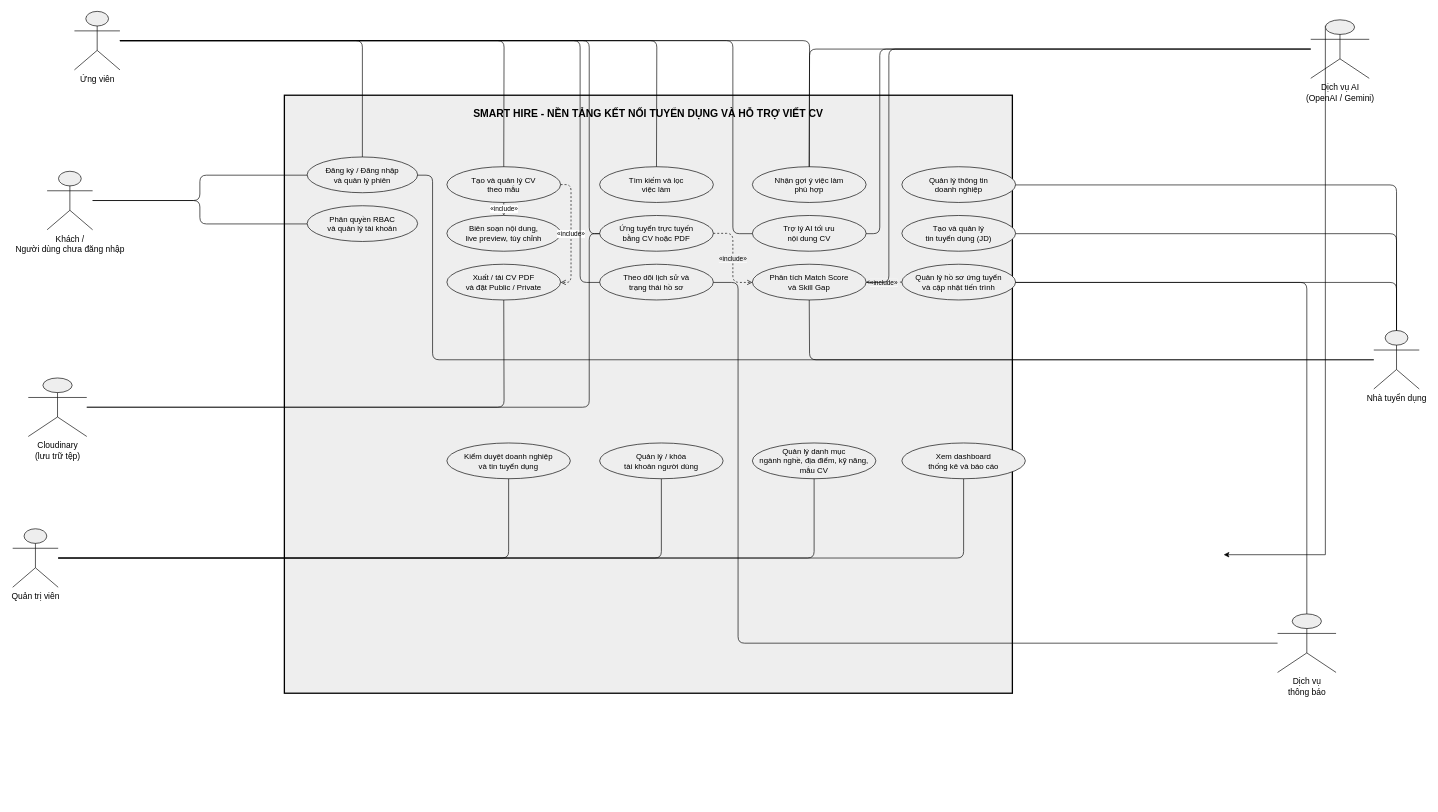
Earlier version of the draw.io diagram diagrams/usecase.drawio (SE-Project-CTU/smart-recruitment-docs). Source tidied: cells renumbered, new cells numbered last; positions are measured from the earlier drawing's top-left corner, leaving out a move shared by most shapes. Both pictures are drawn from the tidied source at 65%, with x=0, y=0 at pixel (12, 11).
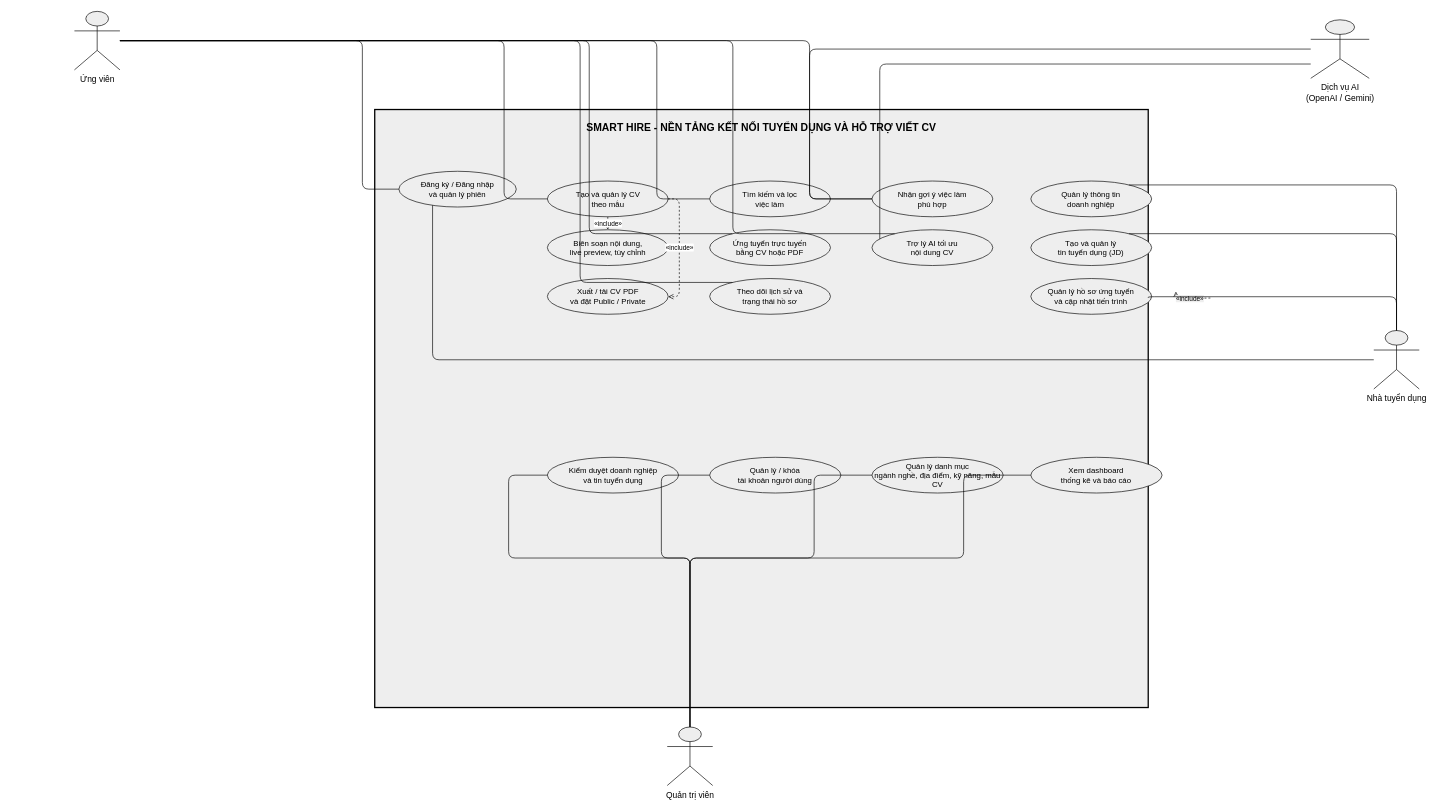
Above is the later version.

Commit message:
Adjust the usecase.drawio format

Unchanged cells that the change refers to:
```xml
<mxCell id="27" value="Nhà tuyển dụng" style="shape=umlActor;verticalLabelPosition=bottom;verticalAlign=top;html=1;fontSize=13;fillColor=#eeeeee;strokeColor=light-dark(#000000,#000000);fontColor=light-dark(#000000,#000000);" parent="1" vertex="1">
  <mxGeometry x="2094" y="491" width="70" height="90" as="geometry" />
</mxCell>
<mxCell id="30" value="Dịch vụ AI&#10;(OpenAI / Gemini)" style="shape=umlActor;verticalLabelPosition=bottom;verticalAlign=top;html=1;fontSize=13;fillColor=#eeeeee;strokeColor=light-dark(#000000,#000000);fontColor=light-dark(#000000,#000000);" parent="1" vertex="1">
  <mxGeometry x="1997" y="13" width="90" height="90" as="geometry" />
</mxCell>
```

What changed in the source:
```diff
@@
     <mxCell id="2" value="SMART HIRE - NỀN TẢNG KẾT NỐI TUYỂN DỤNG VÀ HỖ TRỢ VIẾT CV" style="rounded=0;whiteSpace=wrap;html=1;strokeWidth=2;fontStyle=1;fontSize=16;verticalAlign=top;spacingTop=12;fillColor=light-dark(#EEEEEE,#FFFFFF);strokeColor=light-dark(#000000,#000000);fontColor=light-dark(#000000,#000000);" parent="1" vertex="1">
-      <mxGeometry x="418" y="129" width="1120" height="920" as="geometry" />
+      <mxGeometry x="557" y="151" width="1190" height="920" as="geometry" />
     </mxCell>
     <mxCell id="3" value="Đăng ký / Đăng nhập&#10;và quản lý phiên" style="ellipse;whiteSpace=wrap;html=1;fontSize=12;fillColor=light-dark(#EEEEEE,#FFFFFF);strokeColor=light-dark(#000000,#000000);fontColor=light-dark(#000000,#000000);" parent="2" vertex="1">
-      <mxGeometry x="35" y="95" width="170" height="55" as="geometry" />
+      <mxGeometry x="37.2" y="95" width="180.6" height="55" as="geometry" />
     </mxCell>
-    <mxCell id="4" value="Phân quyền RBAC&#10;và quản lý tài khoản" style="ellipse;whiteSpace=wrap;html=1;fontSize=12;fillColor=light-dark(#EEEEEE,#FFFFFF);strokeColor=light-dark(#000000,#000000);fontColor=light-dark(#000000,#000000);" parent="2" vertex="1">
-      <mxGeometry x="35" y="170" width="170" height="55" as="geometry" />
-    </mxCell>
     <mxCell id="5" value="Tạo và quản lý CV&#10;theo mẫu" style="ellipse;whiteSpace=wrap;html=1;fontSize=12;fillColor=light-dark(#EEEEEE,#FFFFFF);strokeColor=light-dark(#000000,#000000);fontColor=light-dark(#000000,#000000);" parent="2" vertex="1">
-      <mxGeometry x="250" y="110" width="175" height="55" as="geometry" />
+      <mxGeometry x="265.6" y="110" width="185.9" height="55" as="geometry" />
     </mxCell>
     <mxCell id="6" value="Biên soạn nội dung,&#10;live preview, tùy chỉnh" style="ellipse;whiteSpace=wrap;html=1;fontSize=12;fillColor=light-dark(#EEEEEE,#FFFFFF);strokeColor=light-dark(#000000,#000000);fontColor=light-dark(#000000,#000000);" parent="2" vertex="1">
-      <mxGeometry x="250" y="185" width="175" height="55" as="geometry" />
+      <mxGeometry x="265.6" y="185" width="185.9" height="55" as="geometry" />
     </mxCell>
     <mxCell id="7" value="Xuất / tải CV PDF&#10;và đặt Public / Private" style="ellipse;whiteSpace=wrap;html=1;fontSize=12;fillColor=light-dark(#EEEEEE,#FFFFFF);strokeColor=light-dark(#000000,#000000);fontColor=light-dark(#000000,#000000);" parent="2" vertex="1">
-      <mxGeometry x="250" y="260" width="175" height="55" as="geometry" />
+      <mxGeometry x="265.6" y="260" width="185.9" height="55" as="geometry" />
     </mxCell>
     <mxCell id="8" value="Tìm kiếm và lọc&#10;việc làm" style="ellipse;whiteSpace=wrap;html=1;fontSize=12;fillColor=light-dark(#EEEEEE,#FFFFFF);strokeColor=light-dark(#000000,#000000);fontColor=light-dark(#000000,#000000);" parent="2" vertex="1">
-      <mxGeometry x="485" y="110" width="175" height="55" as="geometry" />
+      <mxGeometry x="515.3" y="110" width="185.9" height="55" as="geometry" />
     </mxCell>
     <mxCell id="9" value="Ứng tuyển trực tuyến&#10;bằng CV hoặc PDF" style="ellipse;whiteSpace=wrap;html=1;fontSize=12;fillColor=light-dark(#EEEEEE,#FFFFFF);strokeColor=light-dark(#000000,#000000);fontColor=light-dark(#000000,#000000);" parent="2" vertex="1">
-      <mxGeometry x="485" y="185" width="175" height="55" as="geometry" />
+      <mxGeometry x="515.3" y="185" width="185.9" height="55" as="geometry" />
     </mxCell>
     <mxCell id="10" value="Theo dõi lịch sử và&#10;trạng thái hồ sơ" style="ellipse;whiteSpace=wrap;html=1;fontSize=12;fillColor=light-dark(#EEEEEE,#FFFFFF);strokeColor=light-dark(#000000,#000000);fontColor=light-dark(#000000,#000000);" parent="2" vertex="1">
-      <mxGeometry x="485" y="260" width="175" height="55" as="geometry" />
+      <mxGeometry x="515.3" y="260" width="185.9" height="55" as="geometry" />
     </mxCell>
     <mxCell id="11" value="Nhận gợi ý việc làm&#10;phù hợp" style="ellipse;whiteSpace=wrap;html=1;fontSize=12;fillColor=light-dark(#EEEEEE,#FFFFFF);strokeColor=light-dark(#000000,#000000);fontColor=light-dark(#000000,#000000);" parent="2" vertex="1">
-      <mxGeometry x="720" y="110" width="175" height="55" as="geometry" />
+      <mxGeometry x="765" y="110" width="185.9" height="55" as="geometry" />
     </mxCell>
     <mxCell id="12" value="Trợ lý AI tối ưu&#10;nội dung CV" style="ellipse;whiteSpace=wrap;html=1;fontSize=12;fillColor=light-dark(#EEEEEE,#FFFFFF);strokeColor=light-dark(#000000,#000000);fontColor=light-dark(#000000,#000000);" parent="2" vertex="1">
-      <mxGeometry x="720" y="185" width="175" height="55" as="geometry" />
+      <mxGeometry x="765" y="185" width="185.9" height="55" as="geometry" />
     </mxCell>
-    <mxCell id="13" value="Phân tích Match Score&#10;và Skill Gap" style="ellipse;whiteSpace=wrap;html=1;fontSize=12;fillColor=light-dark(#EEEEEE,#FFFFFF);strokeColor=light-dark(#000000,#000000);fontColor=light-dark(#000000,#000000);" parent="2" vertex="1">
-      <mxGeometry x="720" y="260" width="175" height="55" as="geometry" />
-    </mxCell>
     <mxCell id="14" value="Quản lý thông tin&#10;doanh nghiệp" style="ellipse;whiteSpace=wrap;html=1;fontSize=12;fillColor=light-dark(#EEEEEE,#FFFFFF);strokeColor=light-dark(#000000,#000000);fontColor=light-dark(#000000,#000000);" parent="2" vertex="1">
-      <mxGeometry x="950" y="110" width="175" height="55" as="geometry" />
+      <mxGeometry x="1009.4" y="110" width="185.9" height="55" as="geometry" />
     </mxCell>
     <mxCell id="15" value="Tạo và quản lý&#10;tin tuyển dụng (JD)" style="ellipse;whiteSpace=wrap;html=1;fontSize=12;fillColor=light-dark(#EEEEEE,#FFFFFF);strokeColor=light-dark(#000000,#000000);fontColor=light-dark(#000000,#000000);" parent="2" vertex="1">
-      <mxGeometry x="950" y="185" width="175" height="55" as="geometry" />
+      <mxGeometry x="1009.4" y="185" width="185.9" height="55" as="geometry" />
     </mxCell>
     <mxCell id="16" value="Quản lý hồ sơ ứng tuyển&#10;và cập nhật tiến trình" style="ellipse;whiteSpace=wrap;html=1;fontSize=12;fillColor=light-dark(#EEEEEE,#FFFFFF);strokeColor=light-dark(#000000,#000000);fontColor=light-dark(#000000,#000000);" parent="2" vertex="1">
-      <mxGeometry x="950" y="260" width="175" height="55" as="geometry" />
+      <mxGeometry x="1009.4" y="260" width="185.9" height="55" as="geometry" />
     </mxCell>
     <mxCell id="17" value="Kiểm duyệt doanh nghiệp&#10;và tin tuyển dụng" style="ellipse;whiteSpace=wrap;html=1;fontSize=12;fillColor=light-dark(#EEEEEE,#FFFFFF);strokeColor=light-dark(#000000,#000000);fontColor=light-dark(#000000,#000000);" parent="2" vertex="1">
-      <mxGeometry x="250" y="535" width="190" height="55" as="geometry" />
+      <mxGeometry x="265.6" y="535" width="201.9" height="55" as="geometry" />
     </mxCell>
     <mxCell id="18" value="Quản lý / khóa&#10;tài khoản người dùng" style="ellipse;whiteSpace=wrap;html=1;fontSize=12;fillColor=light-dark(#EEEEEE,#FFFFFF);strokeColor=light-dark(#000000,#000000);fontColor=light-dark(#000000,#000000);" parent="2" vertex="1">
-      <mxGeometry x="485" y="535" width="190" height="55" as="geometry" />
+      <mxGeometry x="515.3" y="535" width="201.9" height="55" as="geometry" />
     </mxCell>
     <mxCell id="19" value="Quản lý danh mục&#10;ngành nghề, địa điểm, kỹ năng, mẫu CV" style="ellipse;whiteSpace=wrap;html=1;fontSize=12;fillColor=light-dark(#EEEEEE,#FFFFFF);strokeColor=light-dark(#000000,#000000);fontColor=light-dark(#000000,#000000);" parent="2" vertex="1">
-      <mxGeometry x="720" y="535" width="190" height="55" as="geometry" />
+      <mxGeometry x="765" y="535" width="201.9" height="55" as="geometry" />
     </mxCell>
     <mxCell id="20" value="Xem dashboard&#10;thống kê và báo cáo" style="ellipse;whiteSpace=wrap;html=1;fontSize=12;fillColor=light-dark(#EEEEEE,#FFFFFF);strokeColor=light-dark(#000000,#000000);fontColor=light-dark(#000000,#000000);" parent="2" vertex="1">
-      <mxGeometry x="950" y="535" width="190" height="55" as="geometry" />
+      <mxGeometry x="1009.4" y="535" width="201.9" height="55" as="geometry" />
     </mxCell>
@@
     <mxCell id="22" value="&lt;span style=&quot;background-color: light-dark(rgb(255, 255, 255), rgb(255, 255, 255));&quot;&gt;«include»&lt;/span&gt;" style="dashed=1;endArrow=open;html=1;fontSize=10;edgeStyle=orthogonalEdgeStyle;fillColor=#eeeeee;strokeColor=light-dark(#000000,#000000);fontColor=light-dark(#000000,#000000);elbow=vertical;libavoidRouting=1;" parent="2" edge="1" source="5" target="7">
       <mxGeometry relative="1" as="geometry">
         <Array as="points">
-          <mxPoint x="441" y="138" />
-          <mxPoint x="441" y="288" />
+          <mxPoint x="468.6" y="138" />
+          <mxPoint x="468.6" y="288" />
         </Array>
       </mxGeometry>
     </mxCell>
-    <mxCell id="23" value="&lt;span style=&quot;background-color: light-dark(rgb(238, 238, 238), rgb(255, 255, 255));&quot;&gt;«include»&lt;/span&gt;" style="dashed=1;endArrow=open;html=1;fontSize=10;edgeStyle=orthogonalEdgeStyle;fillColor=#eeeeee;strokeColor=light-dark(#000000,#000000);fontColor=light-dark(#000000,#000000);elbow=vertical;libavoidRouting=1;" parent="2" edge="1" source="9" target="13">
-      <mxGeometry relative="1" as="geometry">
-        <Array as="points">
-          <mxPoint x="690" y="213" />
-          <mxPoint x="690" y="288" />
-        </Array>
-      </mxGeometry>
-    </mxCell>
-    <mxCell id="24" value="&lt;span style=&quot;background-color: light-dark(rgb(238, 238, 238), rgb(255, 255, 255));&quot;&gt;«include»&lt;/span&gt;" style="dashed=1;endArrow=open;html=1;fontSize=10;edgeStyle=orthogonalEdgeStyle;fillColor=#eeeeee;strokeColor=light-dark(#000000,#000000);fontColor=light-dark(#000000,#000000);elbow=vertical;libavoidRouting=1;" parent="2" edge="1" source="16" target="13">
-      <mxGeometry relative="1" as="geometry" />
+    <mxCell id="24" value="&lt;span style=&quot;background-color: light-dark(rgb(238, 238, 238), rgb(255, 255, 255));&quot;&gt;«include»&lt;/span&gt;" style="dashed=1;endArrow=open;html=1;fontSize=10;edgeStyle=orthogonalEdgeStyle;fillColor=#eeeeee;strokeColor=light-dark(#000000,#000000);fontColor=light-dark(#000000,#000000);elbow=vertical;libavoidRouting=1;" parent="2" edge="1">
+      <mxGeometry relative="1" as="geometry">
+        <mxPoint x="1285.6" y="290" as="sourcePoint" />
+        <mxPoint x="1232.5" y="280" as="targetPoint" />
+      </mxGeometry>
     </mxCell>
-    <mxCell id="25" value="Khách /&#10;Người dùng chưa đăng nhập" style="shape=umlActor;verticalLabelPosition=bottom;verticalAlign=top;html=1;fontSize=13;fillColor=#eeeeee;strokeColor=light-dark(#000000,#000000);fontColor=light-dark(#000000,#000000);" parent="1" vertex="1">
-      <mxGeometry x="53" y="246" width="70" height="90" as="geometry" />
-    </mxCell>
@@
     <mxCell id="28" value="Quản trị viên" style="shape=umlActor;verticalLabelPosition=bottom;verticalAlign=top;html=1;fontSize=13;fillColor=#eeeeee;strokeColor=light-dark(#000000,#000000);fontColor=light-dark(#000000,#000000);" parent="1" vertex="1">
-      <mxGeometry y="796" width="70" height="90" as="geometry" />
+      <mxGeometry x="1007" y="1101" width="70" height="90" as="geometry" />
     </mxCell>
-    <mxCell id="29" style="edgeStyle=orthogonalEdgeStyle;rounded=0;jettySize=auto;html=1;exitX=0.25;exitY=0.1;exitDx=0;exitDy=0;exitPerimeter=0;elbow=vertical;libavoidRouting=1;" parent="1" edge="1" source="30">
-      <mxGeometry relative="1" as="geometry">
-        <mxPoint x="1863.1" y="835.9" as="targetPoint" />
-        <Array as="points">
-          <mxPoint x="2020" y="836" />
-        </Array>
-      </mxGeometry>
-    </mxCell>
@@
-    <mxCell id="31" value="Cloudinary&#10;(lưu trữ tệp)" style="shape=umlActor;verticalLabelPosition=bottom;verticalAlign=top;html=1;fontSize=13;fillColor=#eeeeee;strokeColor=light-dark(#000000,#000000);fontColor=light-dark(#000000,#000000);" parent="1" vertex="1">
-      <mxGeometry x="24" y="564" width="90" height="90" as="geometry" />
-    </mxCell>
-    <mxCell id="32" value="Dịch vụ&#10;thông báo" style="shape=umlActor;verticalLabelPosition=bottom;verticalAlign=top;html=1;fontSize=13;fillColor=#eeeeee;strokeColor=light-dark(#000000,#000000);fontColor=light-dark(#000000,#000000);" parent="1" vertex="1">
-      <mxGeometry x="1946" y="927" width="90" height="90" as="geometry" />
-    </mxCell>
-    <mxCell id="33" style="endArrow=none;html=1;edgeStyle=orthogonalEdgeStyle;fillColor=#eeeeee;strokeColor=light-dark(#000000,#000000);fontColor=light-dark(#000000,#000000);elbow=vertical;libavoidRouting=1;" parent="1" edge="1" source="25" target="3">
-      <mxGeometry relative="1" as="geometry">
-        <Array as="points">
-          <mxPoint x="288" y="291" />
-          <mxPoint x="288" y="252" />
-        </Array>
-      </mxGeometry>
-    </mxCell>
-    <mxCell id="34" style="endArrow=none;html=1;edgeStyle=orthogonalEdgeStyle;fillColor=#eeeeee;strokeColor=light-dark(#000000,#000000);fontColor=light-dark(#000000,#000000);elbow=vertical;libavoidRouting=1;" parent="1" edge="1" source="25" target="4">
-      <mxGeometry relative="1" as="geometry">
-        <Array as="points">
-          <mxPoint x="288" y="291" />
-          <mxPoint x="288" y="327" />
-        </Array>
-      </mxGeometry>
-    </mxCell>
@@
-    <mxCell id="45" style="endArrow=none;html=1;edgeStyle=orthogonalEdgeStyle;fillColor=#eeeeee;strokeColor=light-dark(#000000,#000000);fontColor=light-dark(#000000,#000000);elbow=vertical;libavoidRouting=1;" parent="1" edge="1" source="27" target="16">
+    <mxCell id="45" style="endArrow=none;html=1;edgeStyle=orthogonalEdgeStyle;fillColor=#eeeeee;strokeColor=light-dark(#000000,#000000);fontColor=light-dark(#000000,#000000);elbow=vertical;libavoidRouting=1;" parent="1" edge="1" source="27">
       <mxGeometry relative="1" as="geometry">
+        <mxPoint x="1747" y="441" as="targetPoint" />
         <Array as="points">
-          <mxPoint x="2129" y="417" />
+          <mxPoint x="2129" y="439" />
         </Array>
       </mxGeometry>
     </mxCell>
-    <mxCell id="46" style="endArrow=none;html=1;edgeStyle=orthogonalEdgeStyle;fillColor=#eeeeee;strokeColor=light-dark(#000000,#000000);fontColor=light-dark(#000000,#000000);elbow=vertical;libavoidRouting=1;" parent="1" edge="1" source="27" target="13">
-      <mxGeometry relative="1" as="geometry">
-        <Array as="points">
-          <mxPoint x="1226" y="536" />
-        </Array>
-      </mxGeometry>
-    </mxCell>
@@
     <mxCell id="52" style="endArrow=none;html=1;edgeStyle=orthogonalEdgeStyle;fillColor=#eeeeee;strokeColor=light-dark(#000000,#000000);fontColor=light-dark(#000000,#000000);elbow=vertical;libavoidRouting=1;" parent="1" edge="1" source="30" target="12">
       <mxGeometry relative="1" as="geometry">
         <Array as="points">
-          <mxPoint x="1334" y="58" />
-          <mxPoint x="1334" y="342" />
+          <mxPoint x="1334" y="81" />
         </Array>
       </mxGeometry>
     </mxCell>
-    <mxCell id="53" style="endArrow=none;html=1;edgeStyle=orthogonalEdgeStyle;fillColor=#eeeeee;strokeColor=light-dark(#000000,#000000);fontColor=light-dark(#000000,#000000);elbow=vertical;libavoidRouting=1;" parent="1" edge="1" source="30" target="13">
-      <mxGeometry relative="1" as="geometry">
-        <Array as="points">
-          <mxPoint x="1348" y="58" />
-          <mxPoint x="1348" y="417" />
-        </Array>
-      </mxGeometry>
-    </mxCell>
-    <mxCell id="54" style="endArrow=none;html=1;edgeStyle=orthogonalEdgeStyle;fillColor=#eeeeee;strokeColor=light-dark(#000000,#000000);fontColor=light-dark(#000000,#000000);elbow=vertical;libavoidRouting=1;" parent="1" edge="1" source="31" target="7">
-      <mxGeometry relative="1" as="geometry">
-        <Array as="points">
-          <mxPoint x="756" y="609" />
-        </Array>
-      </mxGeometry>
-    </mxCell>
-    <mxCell id="55" style="endArrow=none;html=1;edgeStyle=orthogonalEdgeStyle;fillColor=#eeeeee;strokeColor=light-dark(#000000,#000000);fontColor=light-dark(#000000,#000000);elbow=vertical;libavoidRouting=1;" parent="1" edge="1" source="31" target="9">
-      <mxGeometry relative="1" as="geometry">
-        <Array as="points">
-          <mxPoint x="887" y="609" />
-          <mxPoint x="887" y="342" />
-        </Array>
-      </mxGeometry>
-    </mxCell>
-    <mxCell id="56" style="endArrow=none;html=1;edgeStyle=orthogonalEdgeStyle;fillColor=#eeeeee;strokeColor=light-dark(#000000,#000000);fontColor=light-dark(#000000,#000000);elbow=vertical;libavoidRouting=1;" parent="1" edge="1" source="32" target="10">
-      <mxGeometry relative="1" as="geometry">
-        <Array as="points">
-          <mxPoint x="1116" y="972" />
-          <mxPoint x="1116" y="417" />
-        </Array>
-      </mxGeometry>
-    </mxCell>
-    <mxCell id="57" style="endArrow=none;html=1;edgeStyle=orthogonalEdgeStyle;fillColor=#eeeeee;strokeColor=light-dark(#000000,#000000);fontColor=light-dark(#000000,#000000);elbow=vertical;libavoidRouting=1;" parent="1" edge="1" source="32" target="16">
-      <mxGeometry relative="1" as="geometry">
-        <Array as="points">
-          <mxPoint x="1991" y="417" />
-        </Array>
-      </mxGeometry>
-    </mxCell>
```
